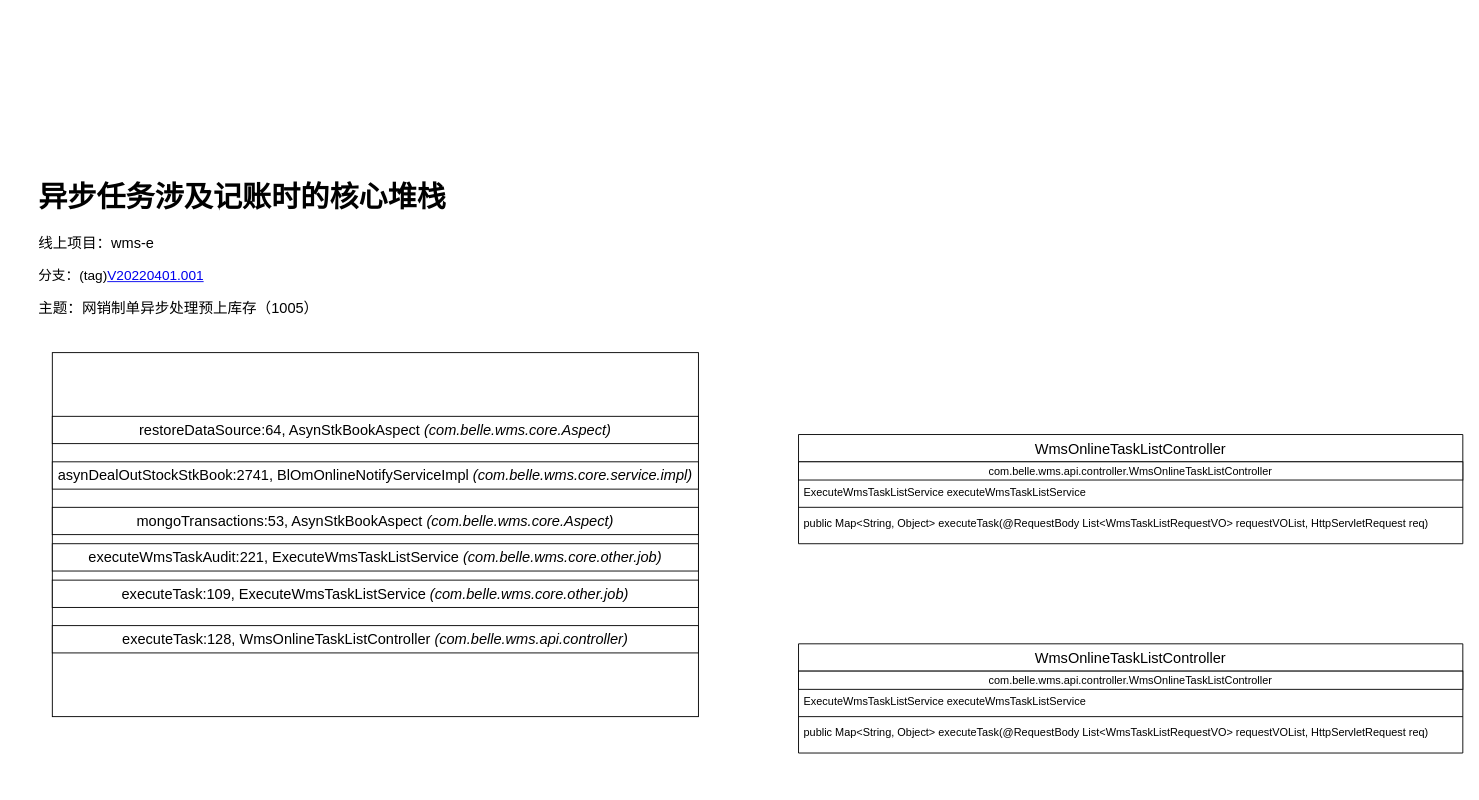
The draw.io diagram diagrams/异步任务涉及记账时的堆栈.drawio in libo9527/static, before the edit. Source tidied: cells renumbered, new cells numbered last; positions are measured from the earlier drawing's top-left corner, leaving out a move shared by most shapes. Both pictures are drawn from the tidied source at 91%, with x=0, y=0 at pixel (34, 170).
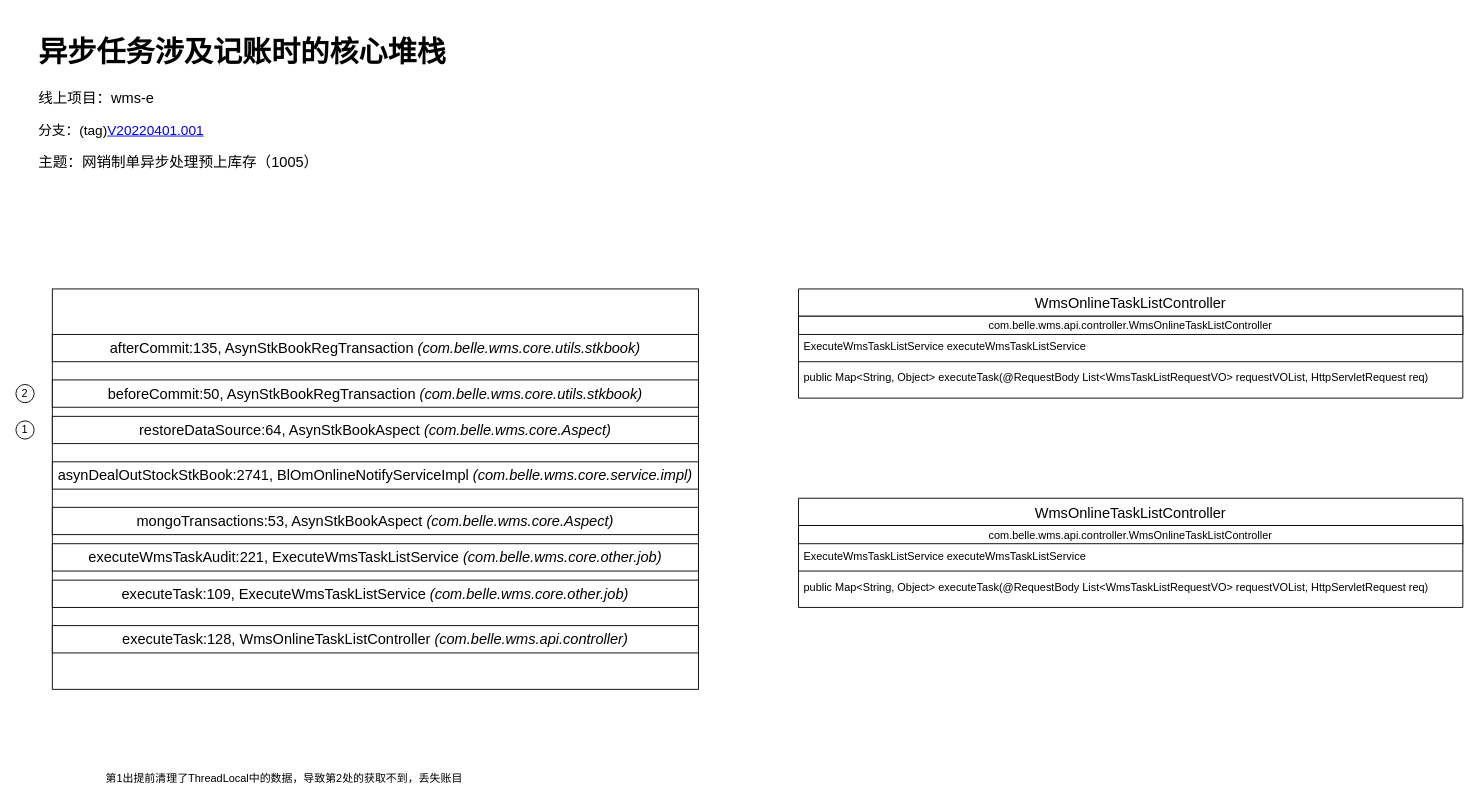
After the change.

Commit message:
更新异步任务涉及记账时的堆栈.drawio

Diff of the diagram source:
```diff
@@
     <mxCell id="2" value="WmsOnlineTaskListController" style="swimlane;fontStyle=0;align=center;verticalAlign=top;horizontal=1;startSize=30;rounded=0;shadow=0;strokeWidth=1;fontSize=16;" parent="1" vertex="1">
-      <mxGeometry x="840" y="290" width="730" height="120" as="geometry" />
+      <mxGeometry x="840" y="130" width="730" height="120" as="geometry" />
     </mxCell>
@@
     <mxCell id="7" value="WmsOnlineTaskListController" style="swimlane;fontStyle=0;align=center;verticalAlign=top;horizontal=1;startSize=30;rounded=0;shadow=0;strokeWidth=1;fontSize=16;" parent="1" vertex="1">
-      <mxGeometry x="840" y="520" width="730" height="120" as="geometry" />
+      <mxGeometry x="840" y="360" width="730" height="120" as="geometry" />
     </mxCell>
@@
     <mxCell id="12" value="&lt;h1&gt;异步任务涉及记账时的核心堆栈&lt;/h1&gt;&lt;p&gt;线上项目：wms-e&lt;/p&gt;&lt;p&gt;&lt;span style=&quot;font-size: 15px&quot;&gt;分支：(tag)&lt;a href=&quot;https://codeup.aliyun.com/611f154703f23adfbed10829/lesoon-sce-group/lesoon-wms-group/wms-e/tree/V20220401.001&quot;&gt;V20220401.001&lt;/a&gt;&lt;/span&gt;&lt;/p&gt;&lt;p&gt;主题：网销制单异步处理预上库存（1005）&lt;/p&gt;&lt;p&gt;&lt;br&gt;&lt;/p&gt;" style="text;html=1;strokeColor=none;fillColor=none;spacing=5;spacingTop=-20;whiteSpace=wrap;overflow=hidden;rounded=0;fontSize=16;" parent="1" vertex="1">
-      <mxGeometry width="1000" height="190" as="geometry" />
+      <mxGeometry y="-160" width="1000" height="190" as="geometry" />
     </mxCell>
     <mxCell id="13" style="rounded=0;whiteSpace=wrap;html=1;fontSize=16;" parent="1" vertex="1">
-      <mxGeometry x="20" y="200" width="710" height="400" as="geometry" />
+      <mxGeometry x="20" y="130" width="710" height="440" as="geometry" />
     </mxCell>
@@
+    <mxCell id="20" value="beforeCommit:50, AsynStkBookRegTransaction&amp;nbsp;&lt;i&gt;(com.belle.wms.core.utils.stkbook)&lt;/i&gt;" style="rounded=0;whiteSpace=wrap;html=1;fontSize=16;" parent="1" vertex="1">
+      <mxGeometry x="20" y="230" width="710" height="30" as="geometry" />
+    </mxCell>
+    <mxCell id="21" value="afterCommit:135, AsynStkBookRegTransaction&amp;nbsp;&lt;i&gt;(com.belle.wms.core.utils.stkbook)&lt;/i&gt;" style="rounded=0;whiteSpace=wrap;html=1;fontSize=16;" parent="1" vertex="1">
+      <mxGeometry x="20" y="180" width="710" height="30" as="geometry" />
+    </mxCell>
+    <mxCell id="22" value="1" style="ellipse;whiteSpace=wrap;html=1;" parent="1" vertex="1">
+      <mxGeometry x="-20" y="275" width="20" height="20" as="geometry" />
+    </mxCell>
+    <mxCell id="23" value="2" style="ellipse;whiteSpace=wrap;html=1;" parent="1" vertex="1">
+      <mxGeometry x="-20" y="235" width="20" height="20" as="geometry" />
+    </mxCell>
+    <mxCell id="24" value="第1出提前清理了ThreadLocal中的数据，导致第2处的获取不到，丢失账目" style="text;html=1;strokeColor=none;fillColor=none;align=center;verticalAlign=middle;whiteSpace=wrap;rounded=0;" parent="1" vertex="1">
+      <mxGeometry x="60" y="660" width="430" height="15" as="geometry" />
+    </mxCell>
```
